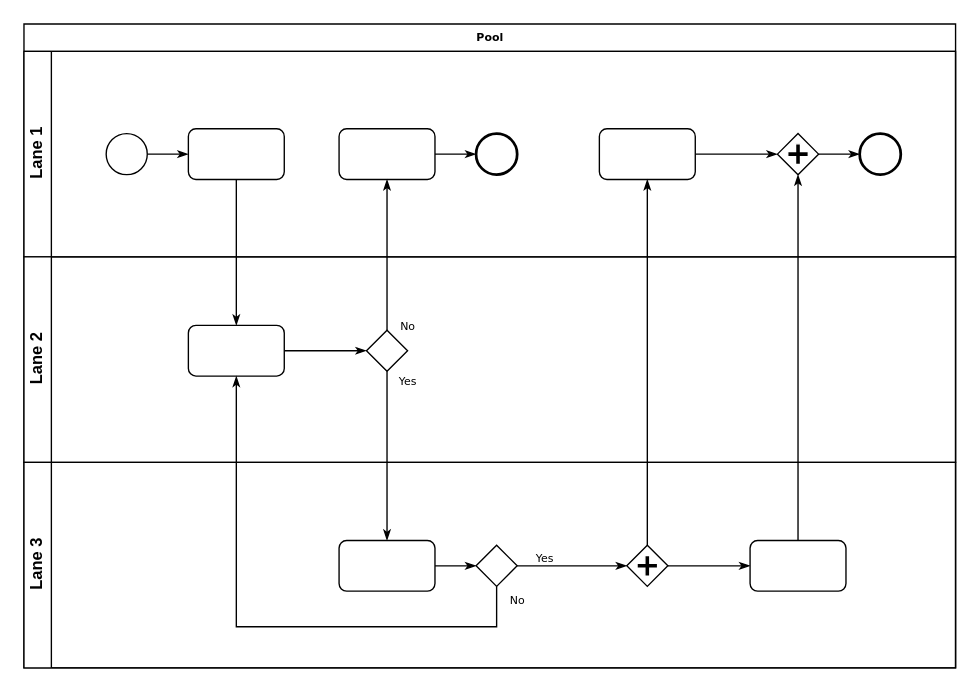
Above: abupy/未命名绘图.drawio in ScottAI/abu (draw.io), before the change. Source tidied: cells renumbered, new cells numbered last; positions are measured from the earlier drawing's top-left corner, leaving out a move shared by most shapes. Both pictures are drawn from the tidied source at 137%, with x=0, y=0 at pixel (23, 23).
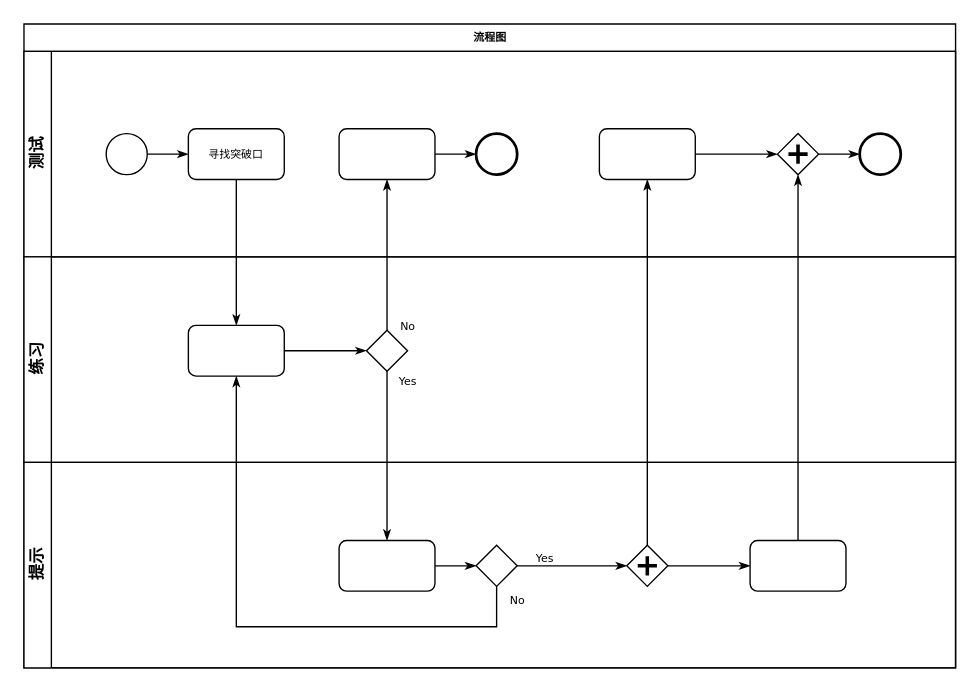
After the change.

Commit message:
考研流程图.drawio

Diff of the diagram source:
```diff
@@
-    <mxCell id="2" value="Pool" style="swimlane;html=1;horizontal=1;startSize=20;rounded=0;shadow=0;labelBackgroundColor=none;strokeWidth=1;fontFamily=Verdana;fontSize=8;align=center;" parent="1" vertex="1">
+    <mxCell id="2" value="流程图" style="swimlane;html=1;horizontal=1;startSize=20;rounded=0;shadow=0;labelBackgroundColor=none;strokeWidth=1;fontFamily=Verdana;fontSize=8;align=center;" parent="1" vertex="1">
       <mxGeometry width="680" height="470" as="geometry" />
     </mxCell>
-    <mxCell id="3" value="Lane 1" style="swimlane;html=1;startSize=20;horizontal=0;" parent="2" vertex="1">
+    <mxCell id="3" value="测试" style="swimlane;html=1;startSize=20;horizontal=0;" parent="2" vertex="1">
       <mxGeometry y="20" width="680" height="150" as="geometry" />
     </mxCell>
@@
-    <mxCell id="6" style="rounded=1;whiteSpace=wrap;html=1;shadow=0;labelBackgroundColor=none;strokeWidth=1;fontFamily=Verdana;fontSize=8;align=center;" parent="3" vertex="1">
+    <mxCell id="6" value="寻找突破口" style="rounded=1;whiteSpace=wrap;html=1;shadow=0;labelBackgroundColor=none;strokeWidth=1;fontFamily=Verdana;fontSize=8;align=center;" parent="3" vertex="1">
       <mxGeometry x="120" y="56.5" width="70" height="37" as="geometry" />
     </mxCell>
@@
-    <mxCell id="15" value="Lane 2" style="swimlane;html=1;startSize=20;horizontal=0;" parent="2" vertex="1">
+    <mxCell id="15" value="练习" style="swimlane;html=1;startSize=20;horizontal=0;" parent="2" vertex="1">
       <mxGeometry y="170" width="680" height="150" as="geometry" />
     </mxCell>
@@
-    <mxCell id="19" value="Lane 3" style="swimlane;html=1;startSize=20;horizontal=0;" parent="2" vertex="1">
+    <mxCell id="19" value="提示" style="swimlane;html=1;startSize=20;horizontal=0;" parent="2" vertex="1">
       <mxGeometry y="320" width="680" height="150" as="geometry" />
     </mxCell>
```
